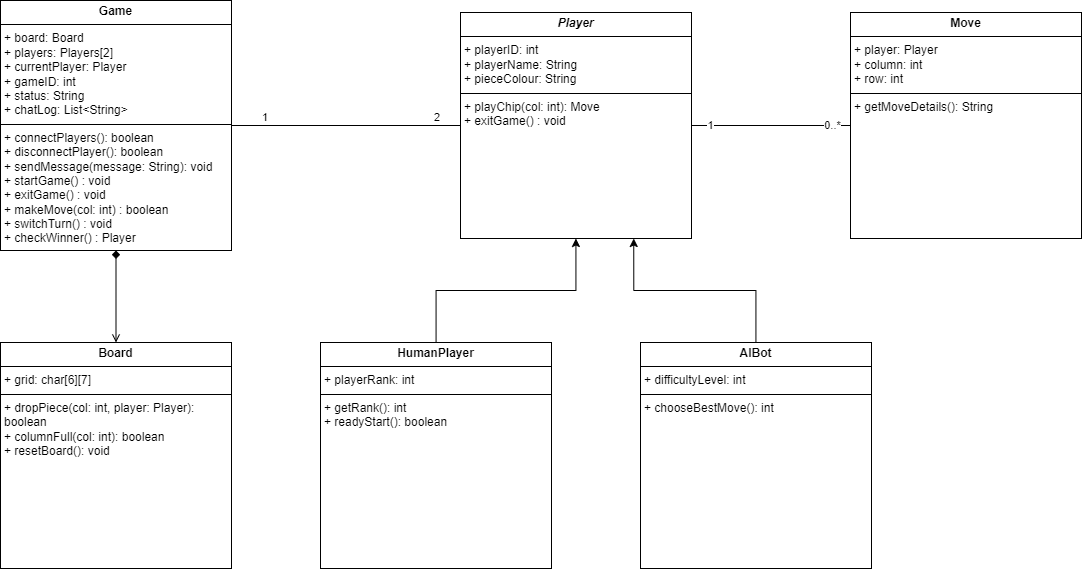
The draw.io diagram connect_four_class_diagram.png in farshadislam/Socketed-Multigame-GUI, before a commit. Source tidied: cells renumbered, new cells last; positions are measured from the earlier drawing's top-left corner, leaving out a move shared by most shapes.
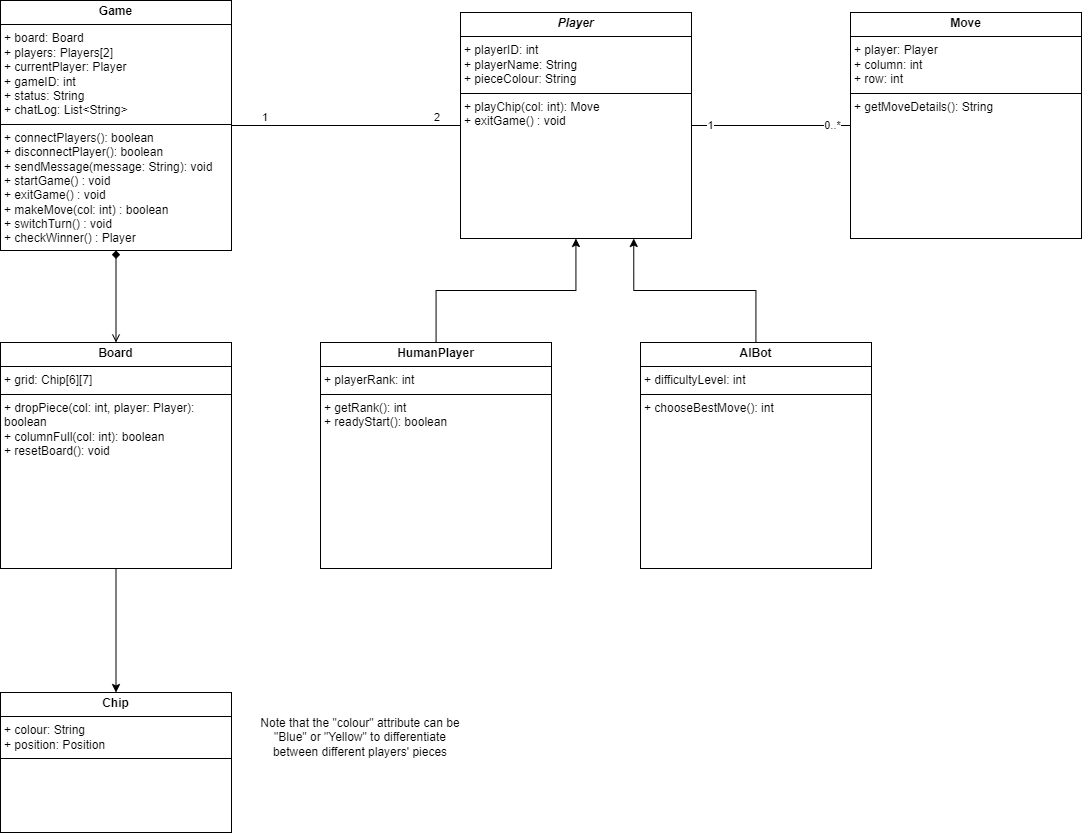
The same diagram one commit later.

Commit message:
Added chip class to connect four class diagram

The edit, as a diff of the source:
```diff
@@ -20,7 +20,10 @@
     <mxCell id="7" value="&lt;p style=&quot;margin:0px;margin-top:4px;text-align:center;&quot;&gt;&lt;b&gt;&lt;i&gt;Player&lt;/i&gt;&lt;/b&gt;&lt;/p&gt;&lt;hr size=&quot;1&quot; style=&quot;border-style:solid;&quot;&gt;&lt;p style=&quot;margin:0px;margin-left:4px;&quot;&gt;&lt;span style=&quot;background-color: transparent; color: light-dark(rgb(0, 0, 0), rgb(255, 255, 255));&quot;&gt;+ playerID: int&lt;br&gt;&lt;/span&gt;&lt;/p&gt;&lt;p style=&quot;margin:0px;margin-left:4px;&quot;&gt;&lt;span style=&quot;background-color: transparent; color: light-dark(rgb(0, 0, 0), rgb(255, 255, 255));&quot;&gt;+ playerName: String&lt;/span&gt;&lt;/p&gt;&lt;p style=&quot;margin:0px;margin-left:4px;&quot;&gt;&lt;span style=&quot;background-color: transparent; color: light-dark(rgb(0, 0, 0), rgb(255, 255, 255));&quot;&gt;+ pieceColour: String&lt;/span&gt;&lt;/p&gt;&lt;hr size=&quot;1&quot; style=&quot;border-style:solid;&quot;&gt;&lt;p style=&quot;margin:0px;margin-left:4px;&quot;&gt;&lt;span style=&quot;background-color: transparent; color: light-dark(rgb(0, 0, 0), rgb(255, 255, 255));&quot;&gt;+ playChip(col: int): Move&lt;/span&gt;&lt;/p&gt;&lt;p style=&quot;margin:0px;margin-left:4px;&quot;&gt;&lt;span style=&quot;background-color: transparent; color: light-dark(rgb(0, 0, 0), rgb(255, 255, 255));&quot;&gt;+ exitGame() : void&lt;/span&gt;&lt;/p&gt;&lt;div&gt;&lt;span style=&quot;background-color: transparent; color: light-dark(rgb(0, 0, 0), rgb(255, 255, 255));&quot;&gt;&lt;br&gt;&lt;/span&gt;&lt;/div&gt;" style="verticalAlign=top;align=left;overflow=fill;html=1;whiteSpace=wrap;" parent="1" vertex="1">
       <mxGeometry x="460" y="12" width="231" height="226" as="geometry" />
     </mxCell>
+    <mxCell id="17" style="edgeStyle=orthogonalEdgeStyle;rounded=0;jettySize=auto;html=1;" parent="1" edge="1" source="8" target="18">
+      <mxGeometry relative="1" as="geometry" />
+    </mxCell>
-    <mxCell id="8" value="&lt;p style=&quot;margin:0px;margin-top:4px;text-align:center;&quot;&gt;&lt;b&gt;Board&lt;/b&gt;&lt;/p&gt;&lt;hr size=&quot;1&quot; style=&quot;border-style:solid;&quot;&gt;&lt;p style=&quot;margin:0px;margin-left:4px;&quot;&gt;&lt;span style=&quot;background-color: transparent; color: light-dark(rgb(0, 0, 0), rgb(255, 255, 255));&quot;&gt;+ grid: char[6][7]&lt;br&gt;&lt;/span&gt;&lt;/p&gt;&lt;hr size=&quot;1&quot; style=&quot;border-style:solid;&quot;&gt;&lt;p style=&quot;margin:0px;margin-left:4px;&quot;&gt;&lt;span style=&quot;background-color: transparent; color: light-dark(rgb(0, 0, 0), rgb(255, 255, 255));&quot;&gt;+ dropPiece(col: int, player: Player): boolean&lt;/span&gt;&lt;/p&gt;&lt;p style=&quot;margin:0px;margin-left:4px;&quot;&gt;&lt;span style=&quot;background-color: transparent; color: light-dark(rgb(0, 0, 0), rgb(255, 255, 255));&quot;&gt;+ columnFull(col: int): boolean&lt;/span&gt;&lt;/p&gt;&lt;p style=&quot;margin:0px;margin-left:4px;&quot;&gt;&lt;span style=&quot;background-color: transparent; color: light-dark(rgb(0, 0, 0), rgb(255, 255, 255));&quot;&gt;+ resetBoard(): void&lt;/span&gt;&lt;/p&gt;&lt;div&gt;&lt;span style=&quot;background-color: transparent; color: light-dark(rgb(0, 0, 0), rgb(255, 255, 255));&quot;&gt;&lt;br&gt;&lt;/span&gt;&lt;/div&gt;" style="verticalAlign=top;align=left;overflow=fill;html=1;whiteSpace=wrap;" parent="1" vertex="1">
+    <mxCell id="8" value="&lt;p style=&quot;margin:0px;margin-top:4px;text-align:center;&quot;&gt;&lt;b&gt;Board&lt;/b&gt;&lt;/p&gt;&lt;hr size=&quot;1&quot; style=&quot;border-style:solid;&quot;&gt;&lt;p style=&quot;margin:0px;margin-left:4px;&quot;&gt;&lt;span style=&quot;background-color: transparent; color: light-dark(rgb(0, 0, 0), rgb(255, 255, 255));&quot;&gt;+ grid: Chip[6][7]&lt;br&gt;&lt;/span&gt;&lt;/p&gt;&lt;hr size=&quot;1&quot; style=&quot;border-style:solid;&quot;&gt;&lt;p style=&quot;margin:0px;margin-left:4px;&quot;&gt;&lt;span style=&quot;background-color: transparent; color: light-dark(rgb(0, 0, 0), rgb(255, 255, 255));&quot;&gt;+ dropPiece(col: int, player: Player): boolean&lt;/span&gt;&lt;/p&gt;&lt;p style=&quot;margin:0px;margin-left:4px;&quot;&gt;&lt;span style=&quot;background-color: transparent; color: light-dark(rgb(0, 0, 0), rgb(255, 255, 255));&quot;&gt;+ columnFull(col: int): boolean&lt;/span&gt;&lt;/p&gt;&lt;p style=&quot;margin:0px;margin-left:4px;&quot;&gt;&lt;span style=&quot;background-color: transparent; color: light-dark(rgb(0, 0, 0), rgb(255, 255, 255));&quot;&gt;+ resetBoard(): void&lt;/span&gt;&lt;/p&gt;&lt;div&gt;&lt;span style=&quot;background-color: transparent; color: light-dark(rgb(0, 0, 0), rgb(255, 255, 255));&quot;&gt;&lt;br&gt;&lt;/span&gt;&lt;/div&gt;" style="verticalAlign=top;align=left;overflow=fill;html=1;whiteSpace=wrap;" parent="1" vertex="1">
       <mxGeometry y="342" width="231" height="226" as="geometry" />
     </mxCell>
     <mxCell id="9" value="&lt;p style=&quot;margin:0px;margin-top:4px;text-align:center;&quot;&gt;&lt;b&gt;Move&lt;/b&gt;&lt;/p&gt;&lt;hr size=&quot;1&quot; style=&quot;border-style:solid;&quot;&gt;&lt;p style=&quot;margin:0px;margin-left:4px;&quot;&gt;&lt;span style=&quot;background-color: transparent; color: light-dark(rgb(0, 0, 0), rgb(255, 255, 255));&quot;&gt;+ player: Player&lt;br&gt;&lt;/span&gt;&lt;/p&gt;&lt;p style=&quot;margin:0px;margin-left:4px;&quot;&gt;&lt;span style=&quot;background-color: transparent; color: light-dark(rgb(0, 0, 0), rgb(255, 255, 255));&quot;&gt;+ column: int&lt;/span&gt;&lt;/p&gt;&lt;p style=&quot;margin:0px;margin-left:4px;&quot;&gt;&lt;span style=&quot;background-color: transparent; color: light-dark(rgb(0, 0, 0), rgb(255, 255, 255));&quot;&gt;+ row: int&lt;/span&gt;&lt;/p&gt;&lt;hr size=&quot;1&quot; style=&quot;border-style:solid;&quot;&gt;&lt;p style=&quot;margin:0px;margin-left:4px;&quot;&gt;&lt;span style=&quot;background-color: transparent; color: light-dark(rgb(0, 0, 0), rgb(255, 255, 255));&quot;&gt;+ getMoveDetails(): String&lt;/span&gt;&lt;/p&gt;&lt;div&gt;&lt;span style=&quot;background-color: transparent; color: light-dark(rgb(0, 0, 0), rgb(255, 255, 255));&quot;&gt;&lt;br&gt;&lt;/span&gt;&lt;/div&gt;" style="verticalAlign=top;align=left;overflow=fill;html=1;whiteSpace=wrap;" parent="1" vertex="1">
@@ -51,5 +54,11 @@
         <mxPoint x="-20" as="offset" />
       </mxGeometry>
     </mxCell>
+    <mxCell id="18" value="&lt;p style=&quot;margin:0px;margin-top:4px;text-align:center;&quot;&gt;&lt;b&gt;Chip&lt;/b&gt;&lt;/p&gt;&lt;hr size=&quot;1&quot; style=&quot;border-style:solid;&quot;&gt;&lt;p style=&quot;margin:0px;margin-left:4px;&quot;&gt;&lt;span style=&quot;background-color: transparent;&quot;&gt;+ colour: String&lt;/span&gt;&lt;br&gt;&lt;/p&gt;&lt;p style=&quot;margin:0px;margin-left:4px;&quot;&gt;&lt;span style=&quot;background-color: transparent; color: light-dark(rgb(0, 0, 0), rgb(255, 255, 255));&quot;&gt;+ position: Position&lt;/span&gt;&lt;/p&gt;&lt;hr size=&quot;1&quot; style=&quot;border-style:solid;&quot;&gt;&lt;p style=&quot;margin:0px;margin-left:4px;&quot;&gt;&lt;br&gt;&lt;/p&gt;&lt;div&gt;&lt;span style=&quot;background-color: transparent; color: light-dark(rgb(0, 0, 0), rgb(255, 255, 255));&quot;&gt;&lt;br&gt;&lt;/span&gt;&lt;/div&gt;" style="verticalAlign=top;align=left;overflow=fill;html=1;whiteSpace=wrap;" parent="1" vertex="1">
+      <mxGeometry y="692" width="231" height="140" as="geometry" />
+    </mxCell>
+    <mxCell id="19" value="Note that the &quot;colour&quot; attribute can be &quot;Blue&quot; or &quot;Yellow&quot; to differentiate between different players' pieces" style="text;strokeColor=none;align=center;fillColor=none;html=1;verticalAlign=middle;whiteSpace=wrap;rounded=0;" parent="1" vertex="1">
+      <mxGeometry x="250" y="692" width="220" height="90" as="geometry" />
+    </mxCell>
   </root>
 </mxGraphModel>
```
